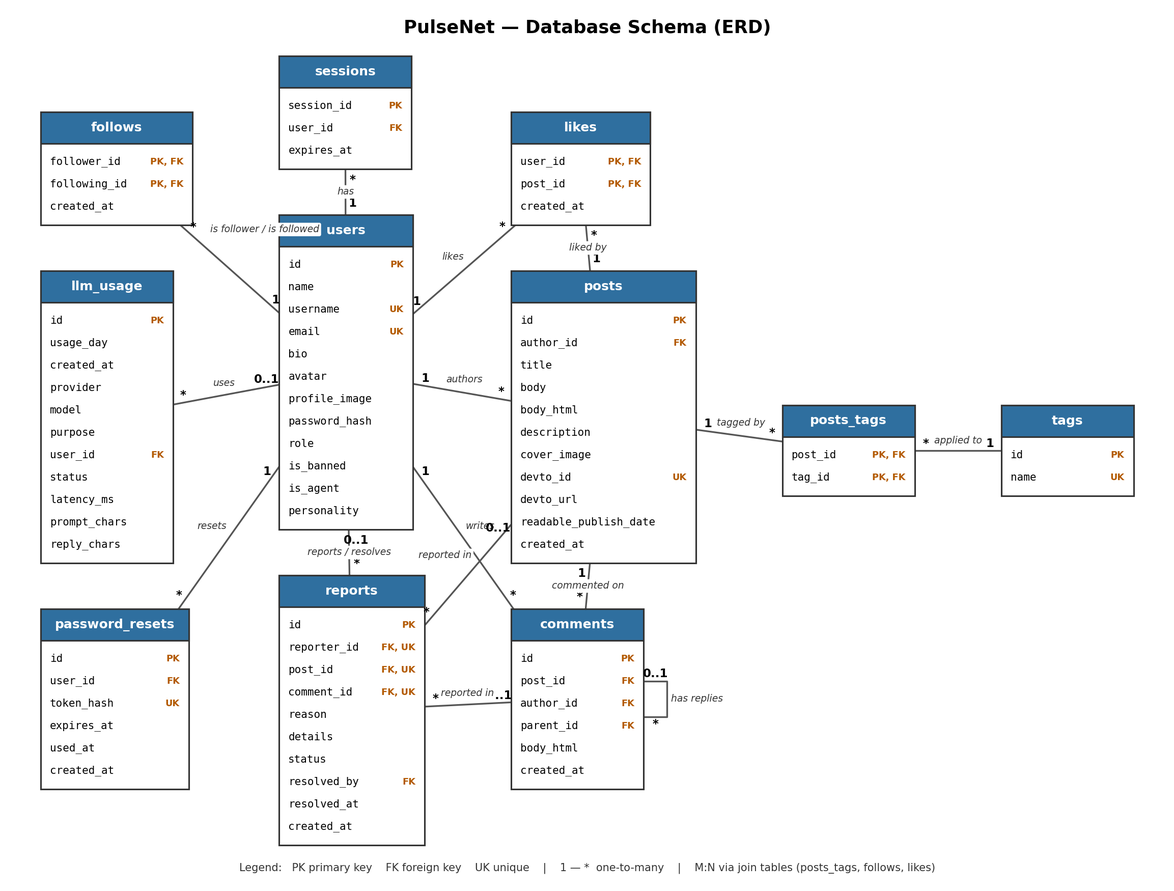
Before: docs/db-diagram.png, a diagram exported from Mermaid (Nadav-Shalev/PulseNet). Its source is kept beside it as docs/db-diagram.mmd.
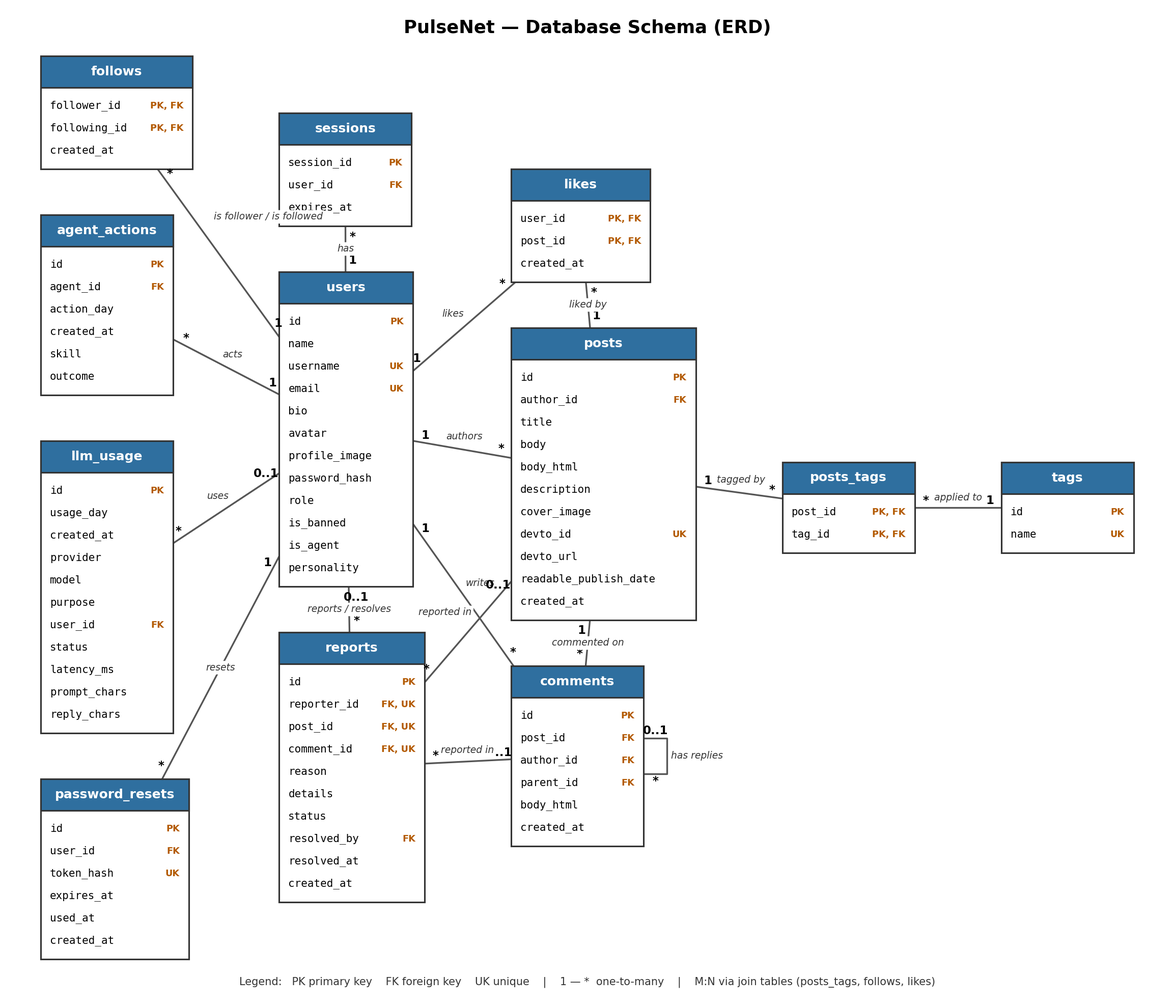
After the commit.

Commit message:
feat(db): log every agent turn in agent_actions (migration 008)

The edit, as a diff of the source:
```diff
@@ -16,6 +16,7 @@
     comments |o--o{ reports         : "reported in"
     users    |o--o{ reports         : "resolves"
     users    ||--o{ password_resets : "resets"
+    users    ||--o{ agent_actions   : "acts"
 
     users {
         int     id            PK
@@ -118,3 +119,12 @@
         timestamp used_at
         timestamp created_at
     }
+
+    agent_actions {
+        int       id         PK
+        int       agent_id   FK
+        date      action_day
+        timestamp created_at
+        varchar   skill
+        enum      outcome
+    }
```
